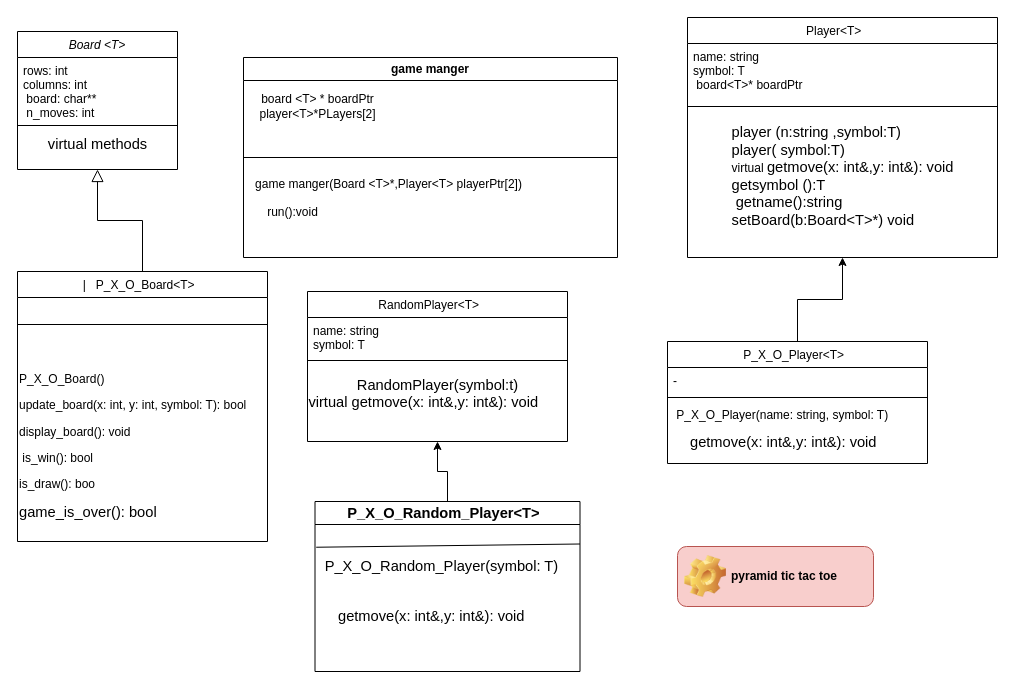
This is Untitled Diagram.drawio from AmrKhaled77/e-commerce, a draw.io file, before an edit. Source tidied: cells renumbered, new cells numbered last; positions are measured from the earlier drawing's top-left corner, leaving out a move shared by most shapes. Both pictures are drawn from the tidied source at 100%, with x=0, y=0 at pixel (17, 17).
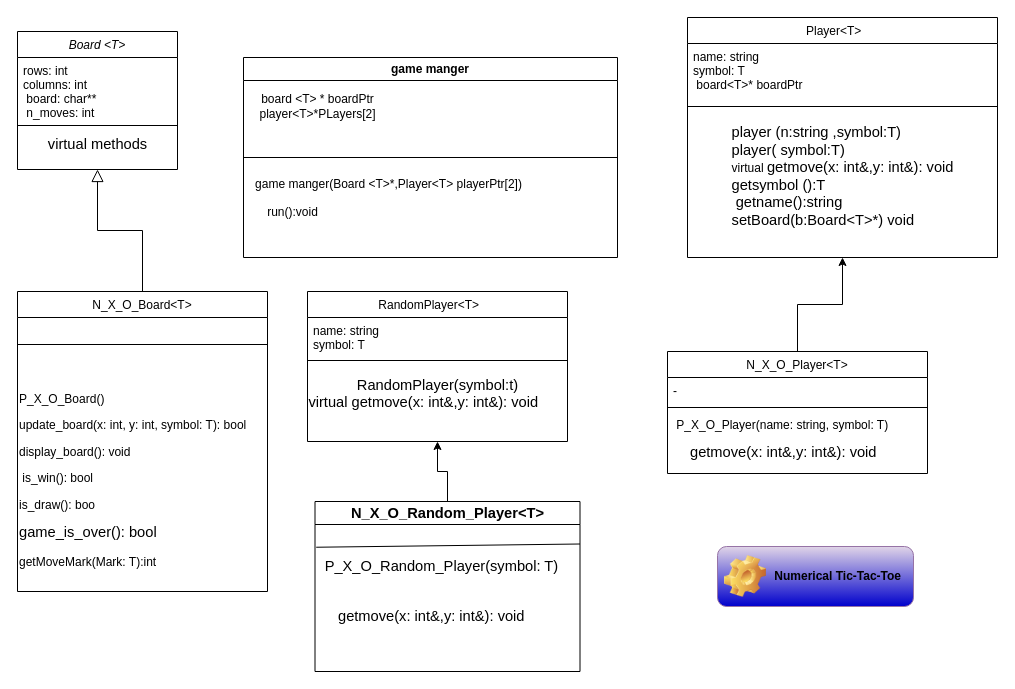
After the change.

Diff of the diagram source:
```diff
@@
-    <mxCell id="6" value="|   P_X_O_Board&lt;T&gt;  " style="swimlane;fontStyle=0;align=center;verticalAlign=top;horizontal=1;startSize=26;rounded=0;shadow=0;strokeWidth=1;" parent="1" vertex="1">
-      <mxGeometry y="254" width="250" height="270" as="geometry" />
+    <mxCell id="6" value="N_X_O_Board&lt;T&gt;" style="swimlane;fontStyle=0;align=center;verticalAlign=top;horizontal=1;startSize=26;rounded=0;shadow=0;strokeWidth=1;" parent="1" vertex="1">
+      <mxGeometry y="274" width="250" height="300" as="geometry" />
     </mxCell>
@@
-    <mxCell id="8" value="&lt;p class=&quot;MsoNormal&quot;&gt;P_X_O_Board()&lt;span style=&quot;mso-spacerun:yes&quot;&gt;&amp;nbsp;&amp;nbsp;&lt;/span&gt;&lt;/p&gt;&lt;p class=&quot;MsoNormal&quot;&gt;update_board(x: int, y: int, symbol: T): bool &lt;/p&gt;&lt;p class=&quot;MsoNormal&quot;&gt;display_board(): void&lt;/p&gt;&lt;p class=&quot;MsoNormal&quot;&gt;&lt;span style=&quot;mso-spacerun:yes&quot;&gt;&amp;nbsp;&lt;/span&gt;is_win(): bool&lt;/p&gt;&lt;p class=&quot;MsoNormal&quot;&gt;&lt;span style=&quot;background-color: initial;&quot;&gt;is_draw(): boo&lt;/span&gt;&lt;/p&gt;&lt;p class=&quot;MsoNormal&quot;&gt;&lt;span style=&quot;font-family: Calibri, sans-serif; font-size: 11pt; background-color: initial;&quot;&gt;game_is_over(): bool &lt;/span&gt;&lt;span style=&quot;font-family: Calibri, sans-serif; font-size: 11pt; background-color: initial;&quot;&gt;&amp;nbsp;&lt;/span&gt;&lt;/p&gt;" style="text;html=1;align=left;verticalAlign=middle;strokeColor=none;fillColor=none;" parent="6" vertex="1">
-      <mxGeometry y="80" width="250" height="190" as="geometry" />
+    <mxCell id="8" value="&lt;p class=&quot;MsoNormal&quot;&gt;P_X_O_Board()&lt;span style=&quot;mso-spacerun:yes&quot;&gt;&amp;nbsp;&amp;nbsp;&lt;/span&gt;&lt;/p&gt;&lt;p class=&quot;MsoNormal&quot;&gt;update_board(x: int, y: int, symbol: T): bool &lt;/p&gt;&lt;p class=&quot;MsoNormal&quot;&gt;display_board(): void&lt;/p&gt;&lt;p class=&quot;MsoNormal&quot;&gt;&lt;span style=&quot;mso-spacerun:yes&quot;&gt;&amp;nbsp;&lt;/span&gt;is_win(): bool&lt;/p&gt;&lt;p class=&quot;MsoNormal&quot;&gt;&lt;span style=&quot;background-color: initial;&quot;&gt;is_draw(): boo&lt;/span&gt;&lt;/p&gt;&lt;p class=&quot;MsoNormal&quot;&gt;&lt;span style=&quot;font-family: Calibri, sans-serif; font-size: 11pt; background-color: initial;&quot;&gt;game_is_over(): bool &lt;/span&gt;&lt;span style=&quot;font-family: Calibri, sans-serif; font-size: 11pt; background-color: initial;&quot;&gt;&amp;nbsp;&lt;/span&gt;&lt;/p&gt;&lt;p class=&quot;MsoNormal&quot;&gt;getMoveMark(Mark: T):int&lt;span style=&quot;font-family: Calibri, sans-serif; font-size: 11pt; background-color: initial;&quot;&gt;&lt;/span&gt;&lt;/p&gt;" style="text;html=1;align=left;verticalAlign=middle;strokeColor=none;fillColor=none;" parent="6" vertex="1">
+      <mxGeometry y="80" width="250" height="220" as="geometry" />
     </mxCell>
@@
-    <mxCell id="15" value="P_X_O_Player&lt;T&gt;  " style="swimlane;fontStyle=0;align=center;verticalAlign=top;horizontal=1;startSize=26;rounded=0;shadow=0;strokeWidth=1;" parent="1" vertex="1">
-      <mxGeometry x="650" y="324" width="260" height="122" as="geometry" />
+    <mxCell id="15" value="N_X_O_Player&lt;T&gt;" style="swimlane;fontStyle=0;align=center;verticalAlign=top;horizontal=1;startSize=26;rounded=0;shadow=0;strokeWidth=1;" parent="1" vertex="1">
+      <mxGeometry x="650" y="334" width="260" height="122" as="geometry" />
     </mxCell>
@@
-    <mxCell id="21" value="&lt;span style=&quot;font-size:11.0pt;line-height:107%;&lt;br/&gt;font-family:&amp;quot;Calibri&amp;quot;,sans-serif;mso-ascii-theme-font:minor-latin;mso-fareast-font-family:&lt;br/&gt;Calibri;mso-fareast-theme-font:minor-latin;mso-hansi-theme-font:minor-latin;&lt;br/&gt;mso-bidi-font-family:Arial;mso-bidi-theme-font:minor-bidi;mso-ansi-language:&lt;br/&gt;EN-US;mso-fareast-language:EN-US;mso-bidi-language:AR-SA&quot;&gt;P_X_O_Random_Player&amp;lt;T&amp;gt;&amp;nbsp;&amp;nbsp;&lt;/span&gt;" style="swimlane;whiteSpace=wrap;html=1;" parent="1" vertex="1">
+    <mxCell id="21" value="&lt;span style=&quot;font-size:11.0pt;line-height:107%;&lt;br/&gt;font-family:&amp;quot;Calibri&amp;quot;,sans-serif;mso-ascii-theme-font:minor-latin;mso-fareast-font-family:&lt;br/&gt;Calibri;mso-fareast-theme-font:minor-latin;mso-hansi-theme-font:minor-latin;&lt;br/&gt;mso-bidi-font-family:Arial;mso-bidi-theme-font:minor-bidi;mso-ansi-language:&lt;br/&gt;EN-US;mso-fareast-language:EN-US;mso-bidi-language:AR-SA&quot;&gt;N_X_O_Random_Player&amp;lt;T&amp;gt;&lt;/span&gt;" style="swimlane;whiteSpace=wrap;html=1;" parent="1" vertex="1">
       <mxGeometry x="297.5" y="484" width="265" height="170" as="geometry" />
     </mxCell>
@@
-    <mxCell id="29" value="pyramid tic tac toe" style="label;whiteSpace=wrap;html=1;image=img/clipart/Gear_128x128.png;fillColor=#f8cecc;strokeColor=#b85450;" parent="1" vertex="1">
-      <mxGeometry x="660" y="529" width="196" height="60" as="geometry" />
+    <mxCell id="29" value="&amp;nbsp;Numerical Tic-Tac-Toe" style="label;whiteSpace=wrap;html=1;image=img/clipart/Gear_128x128.png;fillColor=#e1d5e7;strokeColor=#9673a6;gradientColor=#0000CC;" parent="1" vertex="1">
+      <mxGeometry x="700" y="529" width="196" height="60" as="geometry" />
     </mxCell>
```
